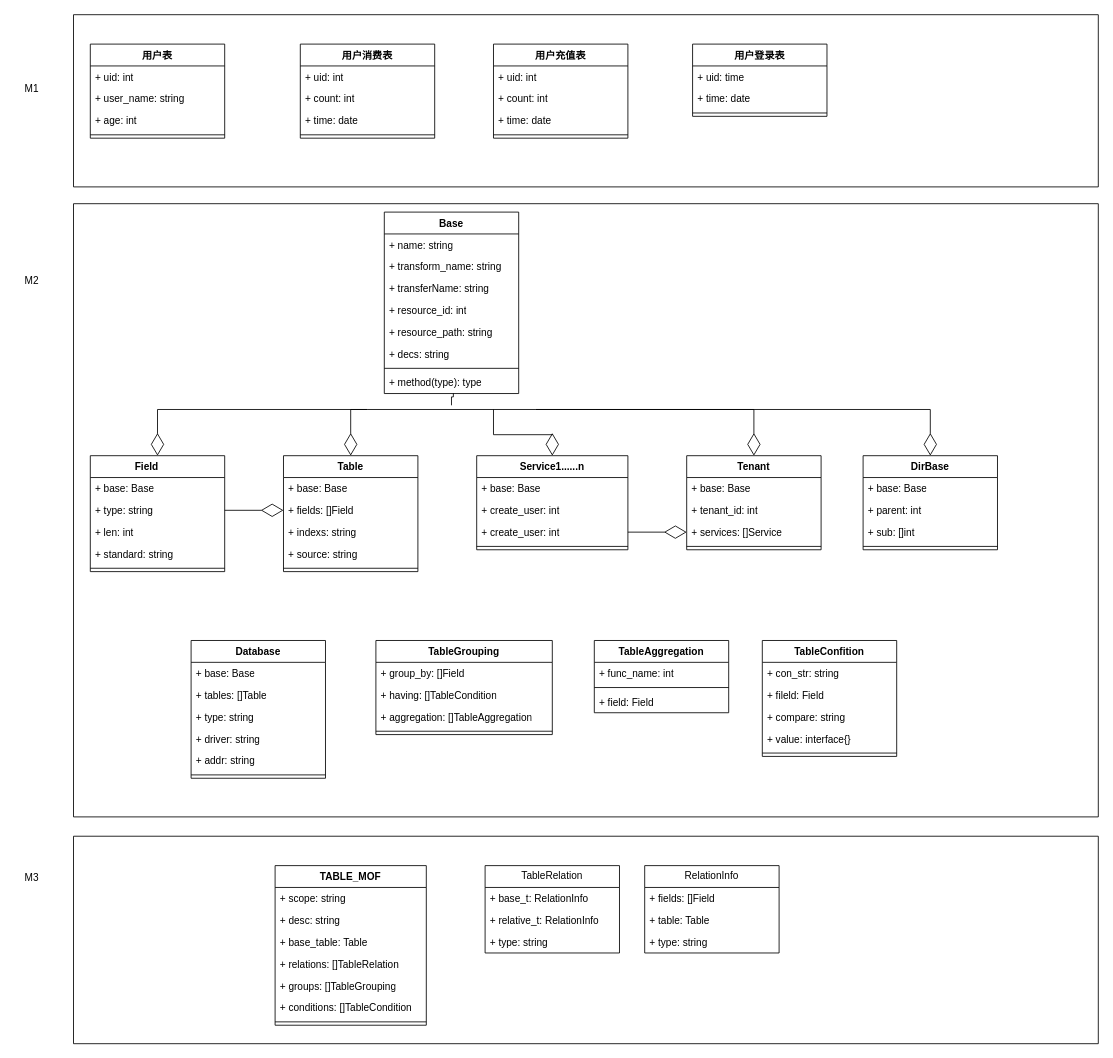
Before: page "第 4 页" (4 of 5) of Crm-Saas/crm-saas.drawio in zhangshuntao-ola/MyDraw, a draw.io diagram. Source tidied: cells renumbered, new cells numbered last; positions are measured from the earlier drawing's top-left corner, leaving out a move shared by most shapes. Both pictures are drawn from the tidied source at 84%, with x=0, y=0 at pixel (14, 14).
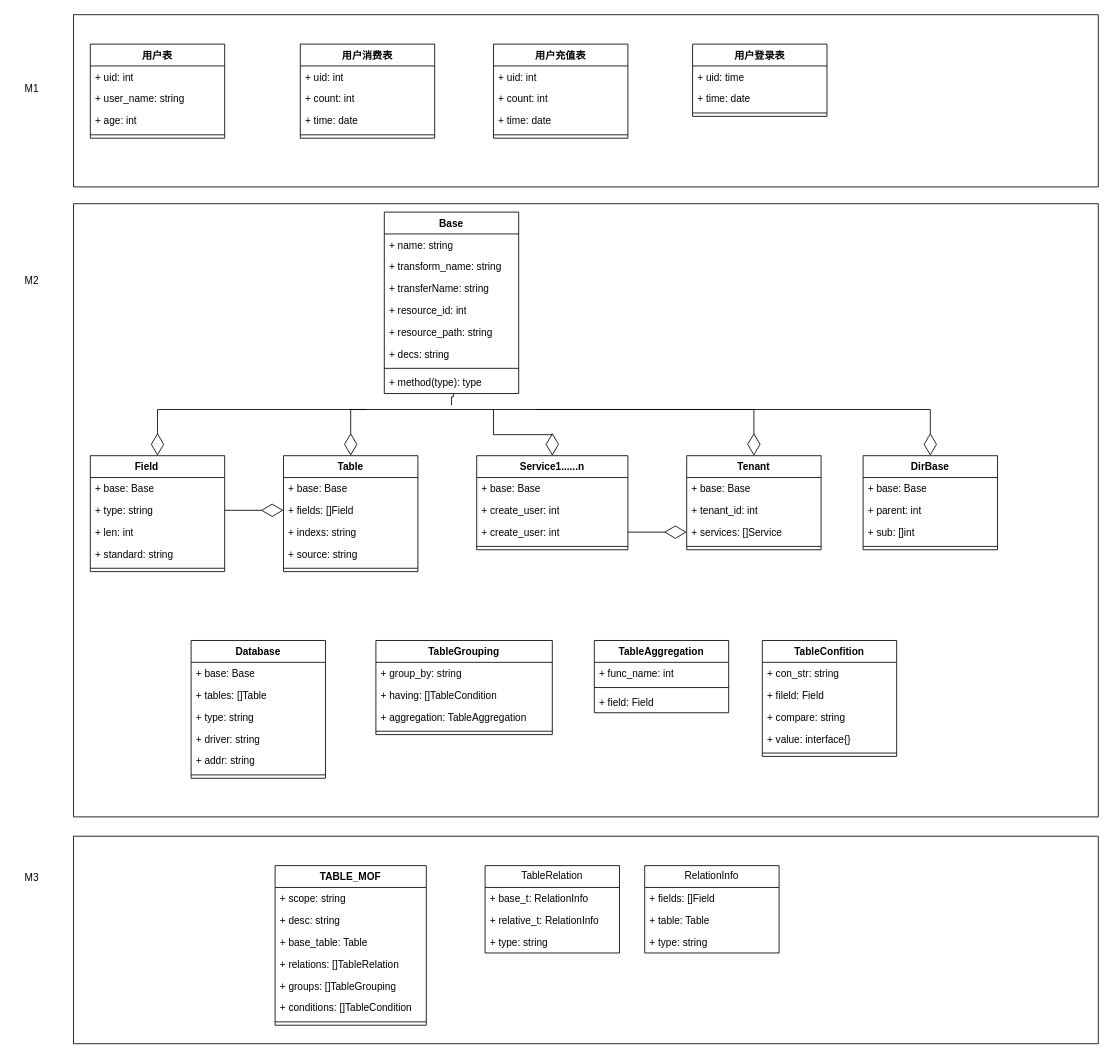
The same page after the edit.

Unchanged cells that the change refers to:
```xml
<mxCell id="96" value="TableGrouping" style="swimlane;fontStyle=1;align=center;verticalAlign=top;horizontal=1;startSize=26;whiteSpace=wrap;html=1;" parent="85" vertex="1">
  <mxGeometry x="360" y="520" width="210" height="112" as="geometry" />
</mxCell>
```

Diff of the diagram source:
```diff
@@
-    <mxCell id="97" value="+ group_by: []Field" style="text;strokeColor=none;fillColor=none;align=left;verticalAlign=top;spacingLeft=4;spacingRight=4;overflow=hidden;whiteSpace=wrap;html=1;" parent="96" vertex="1">
+    <mxCell id="97" value="+ group_by: string" style="text;strokeColor=none;fillColor=none;align=left;verticalAlign=top;spacingLeft=4;spacingRight=4;overflow=hidden;whiteSpace=wrap;html=1;" parent="96" vertex="1">
       <mxGeometry y="26" width="210" height="26" as="geometry" />
     </mxCell>
@@
-    <mxCell id="99" value="+ aggregation: []TableAggregation" style="text;strokeColor=none;fillColor=none;align=left;verticalAlign=top;spacingLeft=4;spacingRight=4;overflow=hidden;whiteSpace=wrap;html=1;" parent="96" vertex="1">
+    <mxCell id="99" value="+ aggregation: TableAggregation" style="text;strokeColor=none;fillColor=none;align=left;verticalAlign=top;spacingLeft=4;spacingRight=4;overflow=hidden;whiteSpace=wrap;html=1;" parent="96" vertex="1">
       <mxGeometry y="78" width="210" height="26" as="geometry" />
     </mxCell>
```
